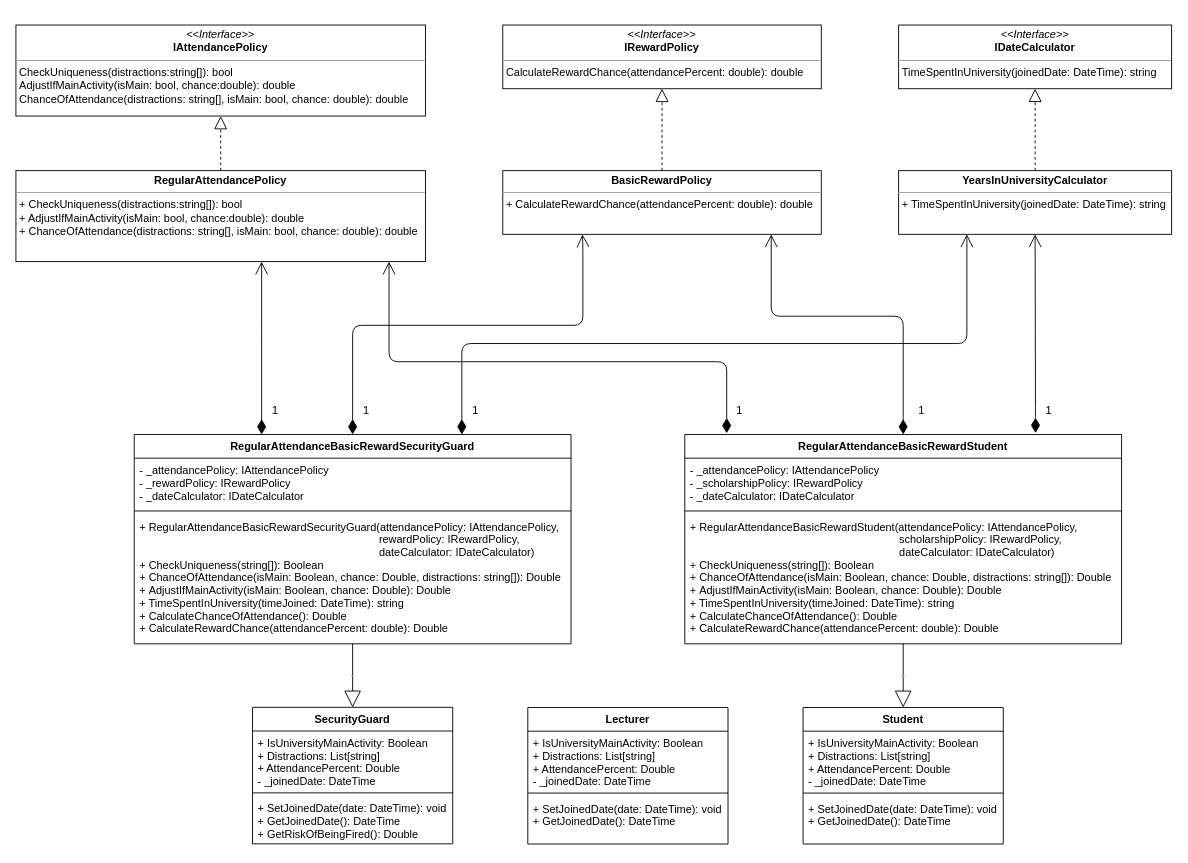
Earlier version of the draw.io diagram Diagrams/13_c#.drawio (MeTTacuS/PSP1). Source tidied: cells renumbered, new cells numbered last; positions are measured from the earlier drawing's top-left corner, leaving out a move shared by most shapes. Both pictures are drawn from the tidied source at 91%, with x=0, y=0 at pixel (15, 25).
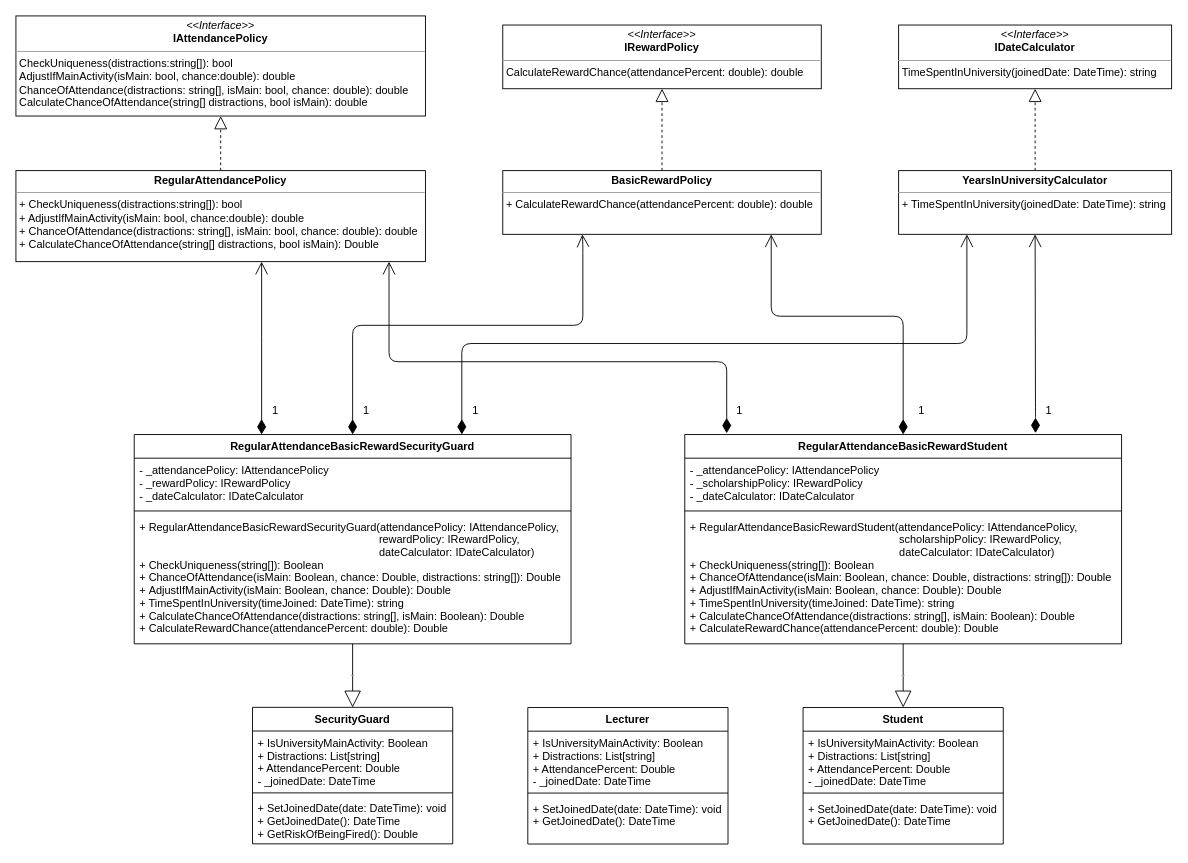
After the change.

The change refers to these unchanged cells:
```xml
<mxCell id="14" value="RegularAttendanceBasicRewardStudent" style="swimlane;fontStyle=1;align=center;verticalAlign=top;horizontal=1;startSize=26;" parent="1" vertex="1">
  <mxGeometry x="735" y="450" width="480" height="230" as="geometry" />
</mxCell>
<mxCell id="18" value="RegularAttendanceBasicRewardSecurityGuard" style="swimlane;fontStyle=1;align=center;verticalAlign=top;horizontal=1;startSize=26;" parent="1" vertex="1">
  <mxGeometry x="130" y="450" width="480" height="230" as="geometry" />
</mxCell>
```

What changed in the source:
```diff
@@
-    <mxCell id="17" value="+ RegularAttendanceBasicRewardStudent(attendancePolicy: IAttendancePolicy,&#10;                                                                     scholarshipPolicy: IRewardPolicy,&#10;                                                                     dateCalculator: IDateCalculator)&#10;+ CheckUniqueness(string[]): Boolean&#10;+ ChanceOfAttendance(isMain: Boolean, chance: Double, distractions: string[]): Double&#10;+ AdjustIfMainActivity(isMain: Boolean, chance: Double): Double&#10;+ TimeSpentInUniversity(timeJoined: DateTime): string&#10;+ CalculateChanceOfAttendance(): Double&#10;+ CalculateRewardChance(attendancePercent: double): Double" style="text;strokeColor=none;fillColor=none;align=left;verticalAlign=top;spacingLeft=4;spacingRight=4;overflow=hidden;points=[[0,0.5],[1,0.5]];portConstraint=eastwest;" parent="14" vertex="1">
+    <mxCell id="17" value="+ RegularAttendanceBasicRewardStudent(attendancePolicy: IAttendancePolicy,&#10;                                                                     scholarshipPolicy: IRewardPolicy,&#10;                                                                     dateCalculator: IDateCalculator)&#10;+ CheckUniqueness(string[]): Boolean&#10;+ ChanceOfAttendance(isMain: Boolean, chance: Double, distractions: string[]): Double&#10;+ AdjustIfMainActivity(isMain: Boolean, chance: Double): Double&#10;+ TimeSpentInUniversity(timeJoined: DateTime): string&#10;+ CalculateChanceOfAttendance(distractions: string[], isMain: Boolean): Double&#10;+ CalculateRewardChance(attendancePercent: double): Double" style="text;strokeColor=none;fillColor=none;align=left;verticalAlign=top;spacingLeft=4;spacingRight=4;overflow=hidden;points=[[0,0.5],[1,0.5]];portConstraint=eastwest;" parent="14" vertex="1">
       <mxGeometry y="88" width="480" height="142" as="geometry" />
     </mxCell>
@@
-    <mxCell id="21" value="+ RegularAttendanceBasicRewardSecurityGuard(attendancePolicy: IAttendancePolicy,&#10;                                                                               rewardPolicy: IRewardPolicy,&#10;                                                                               dateCalculator: IDateCalculator)&#10;+ CheckUniqueness(string[]): Boolean&#10;+ ChanceOfAttendance(isMain: Boolean, chance: Double, distractions: string[]): Double&#10;+ AdjustIfMainActivity(isMain: Boolean, chance: Double): Double&#10;+ TimeSpentInUniversity(timeJoined: DateTime): string&#10;+ CalculateChanceOfAttendance(): Double&#10;+ CalculateRewardChance(attendancePercent: double): Double" style="text;strokeColor=none;fillColor=none;align=left;verticalAlign=top;spacingLeft=4;spacingRight=4;overflow=hidden;" parent="18" vertex="1">
+    <mxCell id="21" value="+ RegularAttendanceBasicRewardSecurityGuard(attendancePolicy: IAttendancePolicy,&#10;                                                                               rewardPolicy: IRewardPolicy,&#10;                                                                               dateCalculator: IDateCalculator)&#10;+ CheckUniqueness(string[]): Boolean&#10;+ ChanceOfAttendance(isMain: Boolean, chance: Double, distractions: string[]): Double&#10;+ AdjustIfMainActivity(isMain: Boolean, chance: Double): Double&#10;+ TimeSpentInUniversity(timeJoined: DateTime): string&#10;+ CalculateChanceOfAttendance(distractions: string[], isMain: Boolean): Double&#10;+ CalculateRewardChance(attendancePercent: double): Double" style="text;strokeColor=none;fillColor=none;align=left;verticalAlign=top;spacingLeft=4;spacingRight=4;overflow=hidden;" parent="18" vertex="1">
       <mxGeometry y="88" width="480" height="142" as="geometry" />
     </mxCell>
-    <mxCell id="22" value="&lt;p style=&quot;margin: 0px ; margin-top: 4px ; text-align: center&quot;&gt;&lt;i&gt;&amp;lt;&amp;lt;Interface&amp;gt;&amp;gt;&lt;/i&gt;&lt;br&gt;&lt;b&gt;IAttendancePolicy&lt;/b&gt;&lt;/p&gt;&lt;hr size=&quot;1&quot;&gt;&lt;p style=&quot;margin: 0px ; margin-left: 4px&quot;&gt;CheckUniqueness(distractions:string[]): bool&lt;/p&gt;&lt;p style=&quot;margin: 0px ; margin-left: 4px&quot;&gt;AdjustIfMainActivity(isMain: bool, chance:double): double&lt;/p&gt;&lt;p style=&quot;margin: 0px ; margin-left: 4px&quot;&gt;ChanceOfAttendance(distractions: string[], isMain: bool, chance: double): double&lt;/p&gt;" style="verticalAlign=top;align=left;overflow=fill;fontSize=12;fontFamily=Helvetica;html=1;" parent="1" vertex="1">
-      <mxGeometry width="450" height="100" as="geometry" />
+    <mxCell id="22" value="&lt;p style=&quot;margin: 0px ; margin-top: 4px ; text-align: center&quot;&gt;&lt;i&gt;&amp;lt;&amp;lt;Interface&amp;gt;&amp;gt;&lt;/i&gt;&lt;br&gt;&lt;b&gt;IAttendancePolicy&lt;/b&gt;&lt;/p&gt;&lt;hr size=&quot;1&quot;&gt;&lt;p style=&quot;margin: 0px ; margin-left: 4px&quot;&gt;CheckUniqueness(distractions:string[]): bool&lt;/p&gt;&lt;p style=&quot;margin: 0px ; margin-left: 4px&quot;&gt;AdjustIfMainActivity(isMain: bool, chance:double): double&lt;/p&gt;&lt;p style=&quot;margin: 0px ; margin-left: 4px&quot;&gt;ChanceOfAttendance(distractions: string[], isMain: bool, chance: double): double&lt;/p&gt;&lt;p style=&quot;margin: 0px ; margin-left: 4px&quot;&gt;CalculateChanceOfAttendance(string[] distractions, bool isMain): double&lt;br&gt;&lt;/p&gt;" style="verticalAlign=top;align=left;overflow=fill;fontSize=12;fontFamily=Helvetica;html=1;" parent="1" vertex="1">
+      <mxGeometry y="-10" width="450" height="110" as="geometry" />
     </mxCell>
@@
-    <mxCell id="25" value="&lt;p style=&quot;margin: 0px ; margin-top: 4px ; text-align: center&quot;&gt;&lt;b&gt;RegularAttendancePolicy&lt;/b&gt;&lt;/p&gt;&lt;hr size=&quot;1&quot;&gt;&lt;p style=&quot;margin: 0px ; margin-left: 4px&quot;&gt;+ CheckUniqueness(distractions:string[]): bool&lt;/p&gt;&lt;p style=&quot;margin: 0px ; margin-left: 4px&quot;&gt;+ AdjustIfMainActivity(isMain: bool, chance:double): double&lt;/p&gt;&lt;p style=&quot;margin: 0px ; margin-left: 4px&quot;&gt;+ ChanceOfAttendance(distractions: string[], isMain: bool, chance: double): double&lt;/p&gt;" style="verticalAlign=top;align=left;overflow=fill;fontSize=12;fontFamily=Helvetica;html=1;" parent="1" vertex="1">
+    <mxCell id="25" value="&lt;p style=&quot;margin: 0px ; margin-top: 4px ; text-align: center&quot;&gt;&lt;b&gt;RegularAttendancePolicy&lt;/b&gt;&lt;/p&gt;&lt;hr size=&quot;1&quot;&gt;&lt;p style=&quot;margin: 0px ; margin-left: 4px&quot;&gt;+ CheckUniqueness(distractions:string[]): bool&lt;/p&gt;&lt;p style=&quot;margin: 0px ; margin-left: 4px&quot;&gt;+ AdjustIfMainActivity(isMain: bool, chance:double): double&lt;/p&gt;&lt;p style=&quot;margin: 0px ; margin-left: 4px&quot;&gt;+ ChanceOfAttendance(distractions: string[], isMain: bool, chance: double): double&lt;/p&gt;&lt;p style=&quot;margin: 0px ; margin-left: 4px&quot;&gt;+ CalculateChanceOfAttendance(string[] distractions, bool isMain): Double&lt;/p&gt;" style="verticalAlign=top;align=left;overflow=fill;fontSize=12;fontFamily=Helvetica;html=1;" parent="1" vertex="1">
       <mxGeometry y="160" width="450" height="100" as="geometry" />
     </mxCell>
```
